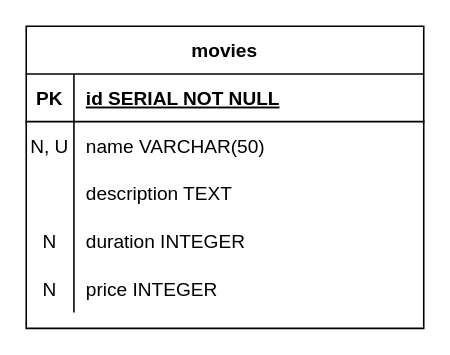
Above: TypeORM.drawio in mateusjfeldhaus/DER (draw.io), before the change. Source tidied: cells renumbered, new cells numbered last; positions are measured from the earlier drawing's top-left corner, leaving out a move shared by most shapes. Both pictures are drawn from the tidied source at 159%, with x=0, y=0 at pixel (25, 25).
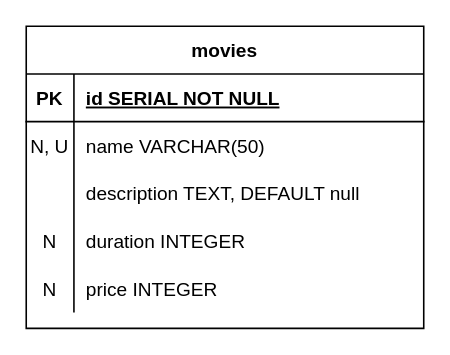
After the change.

Diff of the diagram source:
```diff
@@
 <mxGraphModel>
   <root>
     <mxCell id="0" />
     <mxCell id="1" parent="0" />
     <mxCell id="2" value="movies" style="shape=table;startSize=30;childLayout=tableLayout;rowLines=0;fontStyle=1;align=center;" parent="1" vertex="1">
       <mxGeometry width="250" height="190" as="geometry" />
     </mxCell>
     <mxCell id="3" style="shape=partialRectangle;fillColor=none;top=0;left=0;right=0;bottom=1;" parent="2" vertex="1">
       <mxGeometry y="30" width="250" height="30" as="geometry" />
     </mxCell>
     <mxCell id="4" value="PK" style="shape=partialRectangle;overflow=hidden;fillColor=none;top=0;left=0;bottom=0;right=0;fontStyle=1;" parent="3" vertex="1">
       <mxGeometry width="30" height="30" as="geometry" />
     </mxCell>
     <mxCell id="5" value="id SERIAL NOT NULL " style="shape=partialRectangle;overflow=hidden;fillColor=none;top=0;left=0;bottom=0;right=0;align=left;spacingLeft=6;fontStyle=5;" parent="3" vertex="1">
       <mxGeometry x="30" width="220" height="30" as="geometry" />
     </mxCell>
     <mxCell id="6" style="shape=partialRectangle;fillColor=none;top=0;left=0;right=0;bottom=0;" parent="2" vertex="1">
       <mxGeometry y="60" width="250" height="30" as="geometry" />
     </mxCell>
     <mxCell id="7" value="N, U" style="shape=partialRectangle;overflow=hidden;fillColor=none;top=0;left=0;bottom=0;right=0;" parent="6" vertex="1">
       <mxGeometry width="30" height="30" as="geometry" />
     </mxCell>
     <mxCell id="8" value="name VARCHAR(50)" style="shape=partialRectangle;overflow=hidden;fillColor=none;top=0;left=0;bottom=0;right=0;align=left;spacingLeft=6;" parent="6" vertex="1">
       <mxGeometry x="30" width="220" height="30" as="geometry" />
     </mxCell>
     <mxCell id="9" style="shape=partialRectangle;fillColor=none;top=0;left=0;right=0;bottom=0;" parent="2" vertex="1">
       <mxGeometry y="90" width="250" height="30" as="geometry" />
     </mxCell>
     <mxCell id="10" style="shape=partialRectangle;overflow=hidden;fillColor=none;top=0;left=0;bottom=0;right=0;" parent="9" vertex="1">
       <mxGeometry width="30" height="30" as="geometry" />
     </mxCell>
-    <mxCell id="11" value="description TEXT" style="shape=partialRectangle;overflow=hidden;fillColor=none;top=0;left=0;bottom=0;right=0;align=left;spacingLeft=6;" parent="9" vertex="1">
+    <mxCell id="11" value="description TEXT, DEFAULT null" style="shape=partialRectangle;overflow=hidden;fillColor=none;top=0;left=0;bottom=0;right=0;align=left;spacingLeft=6;" parent="9" vertex="1">
       <mxGeometry x="30" width="220" height="30" as="geometry" />
     </mxCell>
     <mxCell id="12" style="shape=partialRectangle;fillColor=none;top=0;left=0;right=0;bottom=0;" parent="2" vertex="1">
       <mxGeometry y="120" width="250" height="30" as="geometry" />
     </mxCell>
     <mxCell id="13" value="N" style="shape=partialRectangle;overflow=hidden;fillColor=none;top=0;left=0;bottom=0;right=0;" parent="12" vertex="1">
       <mxGeometry width="30" height="30" as="geometry" />
     </mxCell>
     <mxCell id="14" value="duration INTEGER" style="shape=partialRectangle;overflow=hidden;fillColor=none;top=0;left=0;bottom=0;right=0;align=left;spacingLeft=6;" parent="12" vertex="1">
       <mxGeometry x="30" width="220" height="30" as="geometry" />
     </mxCell>
     <mxCell id="15" style="shape=partialRectangle;fillColor=none;top=0;left=0;right=0;bottom=0;" parent="2" vertex="1">
       <mxGeometry y="150" width="250" height="30" as="geometry" />
     </mxCell>
     <mxCell id="16" value="N" style="shape=partialRectangle;overflow=hidden;fillColor=none;top=0;left=0;bottom=0;right=0;" parent="15" vertex="1">
       <mxGeometry width="30" height="30" as="geometry" />
     </mxCell>
     <mxCell id="17" value="price INTEGER" style="shape=partialRectangle;overflow=hidden;fillColor=none;top=0;left=0;bottom=0;right=0;align=left;spacingLeft=6;" parent="15" vertex="1">
       <mxGeometry x="30" width="220" height="30" as="geometry" />
     </mxCell>
   </root>
 </mxGraphModel>
```
